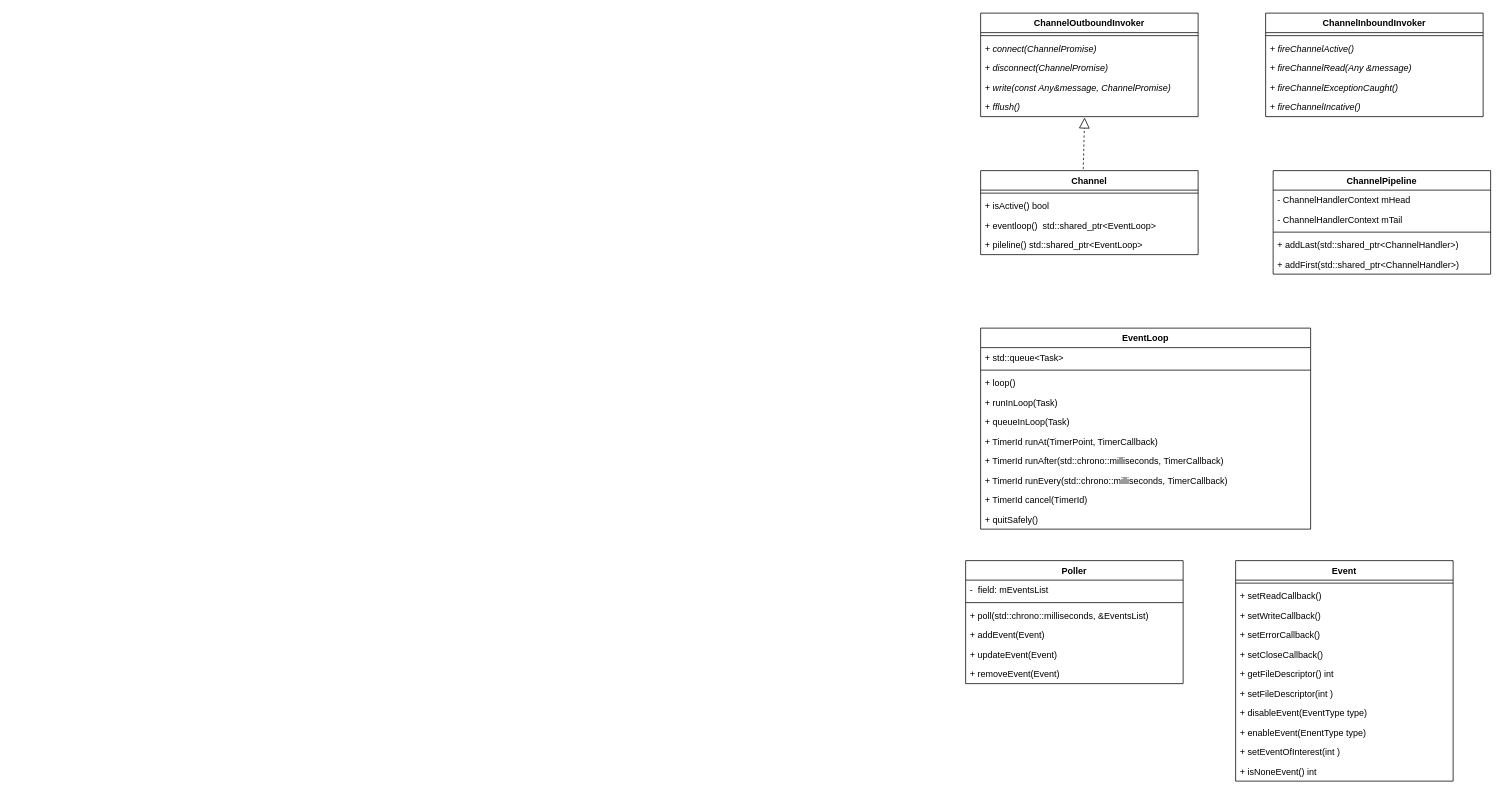
Above: page "类图" (1 of 3) of transport.drawio in bingo787/draw (draw.io), before the change. Source tidied: cells renumbered, new cells numbered last; positions are measured from the earlier drawing's top-left corner, leaving out a move shared by most shapes. Both pictures are drawn from the tidied source at 75%, with x=0, y=0 at pixel (965, 13).
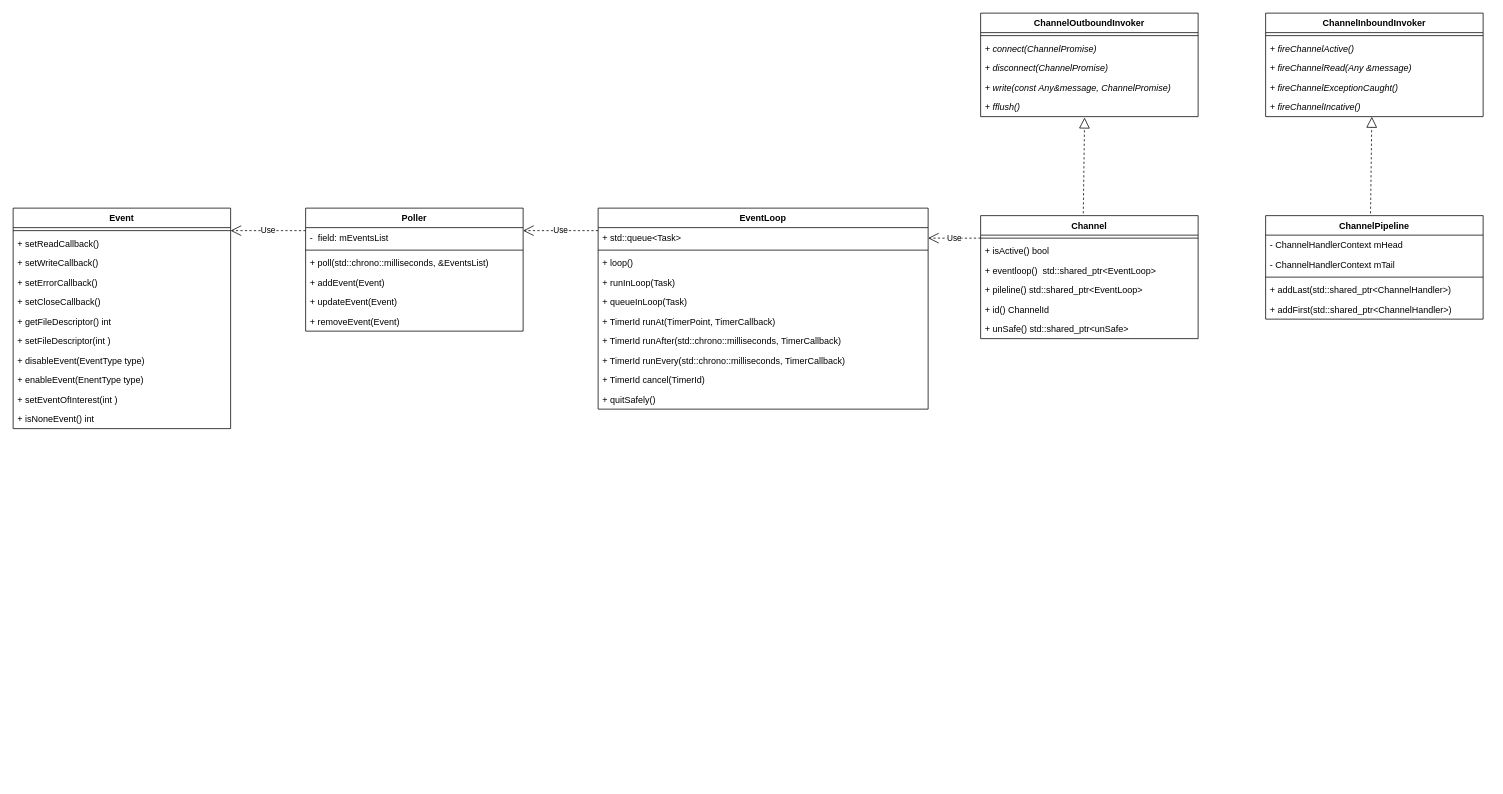
After the change.

Unchanged cells that the change refers to:
```xml
<mxCell id="9" style="line;strokeWidth=1;fillColor=none;align=left;verticalAlign=middle;spacingTop=-1;spacingLeft=3;spacingRight=3;labelPosition=right;points=[];portConstraint=eastwest;" parent="8" vertex="1">
  <mxGeometry y="26" width="290" height="8" as="geometry" />
</mxCell>
<mxCell id="15" value="+ std::queue&lt;Task&gt;" style="text;strokeColor=none;fillColor=none;align=left;verticalAlign=top;spacingLeft=4;spacingRight=4;overflow=hidden;points=[[0,0.5],[1,0.5]];portConstraint=eastwest;" parent="14" vertex="1">
  <mxGeometry y="26" width="440" height="26" as="geometry" />
</mxCell>
```

Diff of the diagram source:
```diff
@@
     <mxCell id="8" value="Channel" style="swimlane;fontStyle=1;align=center;verticalAlign=top;horizontal=1;startSize=26;" parent="1" vertex="1">
-      <mxGeometry x="20" y="210" width="290" height="112" as="geometry" />
+      <mxGeometry x="20" y="270" width="290" height="164" as="geometry" />
     </mxCell>
@@
+    <mxCell id="56" value="+ id() ChannelId" style="text;strokeColor=none;fillColor=none;align=left;verticalAlign=top;spacingLeft=4;spacingRight=4;overflow=hidden;" parent="8" vertex="1">
+      <mxGeometry y="112" width="290" height="26" as="geometry" />
+    </mxCell>
+    <mxCell id="57" value="+ unSafe() std::shared_ptr&lt;unSafe&gt;" style="text;strokeColor=none;fillColor=none;align=left;verticalAlign=top;spacingLeft=4;spacingRight=4;overflow=hidden;" parent="8" vertex="1">
+      <mxGeometry y="138" width="290" height="26" as="geometry" />
+    </mxCell>
@@
     <mxCell id="14" value="EventLoop" style="swimlane;fontStyle=1;align=center;verticalAlign=top;horizontal=1;startSize=26;" parent="1" vertex="1">
-      <mxGeometry x="20" y="420" width="440" height="268" as="geometry" />
+      <mxGeometry x="-490" y="260" width="440" height="268" as="geometry" />
     </mxCell>
@@
     <mxCell id="25" value="Poller" style="swimlane;fontStyle=1;align=center;verticalAlign=top;horizontal=1;startSize=26;" parent="1" vertex="1">
-      <mxGeometry y="730" width="290" height="164" as="geometry" />
+      <mxGeometry x="-880" y="260" width="290" height="164" as="geometry" />
     </mxCell>
@@
     <mxCell id="32" value="Event" style="swimlane;fontStyle=1;align=center;verticalAlign=top;horizontal=1;startSize=26;" parent="1" vertex="1">
-      <mxGeometry x="360" y="730" width="290" height="294" as="geometry" />
+      <mxGeometry x="-1270" y="260" width="290" height="294" as="geometry" />
     </mxCell>
@@
     <mxCell id="44" value="ChannelPipeline" style="swimlane;fontStyle=1;align=center;verticalAlign=top;horizontal=1;startSize=26;" parent="1" vertex="1">
-      <mxGeometry x="410" y="210" width="290" height="138" as="geometry" />
+      <mxGeometry x="400" y="270" width="290" height="138" as="geometry" />
     </mxCell>
@@
+    <mxCell id="58" style="endArrow=block;dashed=1;endFill=0;endSize=12;html=1;entryX=0.478;entryY=1.046;entryDx=0;entryDy=0;entryPerimeter=0;exitX=0.472;exitY=-0.018;exitDx=0;exitDy=0;exitPerimeter=0;" parent="1" edge="1">
+      <mxGeometry relative="1" as="geometry">
+        <mxPoint x="539.9" y="267" as="sourcePoint" />
+        <mxPoint x="541.6" y="138.2" as="targetPoint" />
+      </mxGeometry>
+    </mxCell>
+    <mxCell id="59" value="Use" style="endArrow=open;endSize=12;dashed=1;html=1;exitX=0;exitY=0.5;exitDx=0;exitDy=0;exitPerimeter=0;" parent="1" edge="1" source="9">
+      <mxGeometry relative="1" as="geometry">
+        <mxPoint x="-50" y="300" as="targetPoint" />
+      </mxGeometry>
+    </mxCell>
+    <mxCell id="60" value="Use" style="endArrow=open;endSize=12;dashed=1;html=1;exitX=0;exitY=0.154;exitDx=0;exitDy=0;exitPerimeter=0;" parent="1" edge="1" source="15">
+      <mxGeometry relative="1" as="geometry">
+        <mxPoint x="-590" y="290" as="targetPoint" />
+      </mxGeometry>
+    </mxCell>
+    <mxCell id="61" value="Use" style="endArrow=open;endSize=12;dashed=1;html=1;exitX=0;exitY=0.154;exitDx=0;exitDy=0;exitPerimeter=0;" parent="1" edge="1">
+      <mxGeometry relative="1" as="geometry">
+        <mxPoint x="-880" y="290" as="sourcePoint" />
+        <mxPoint x="-980" y="290" as="targetPoint" />
+      </mxGeometry>
+    </mxCell>
```
